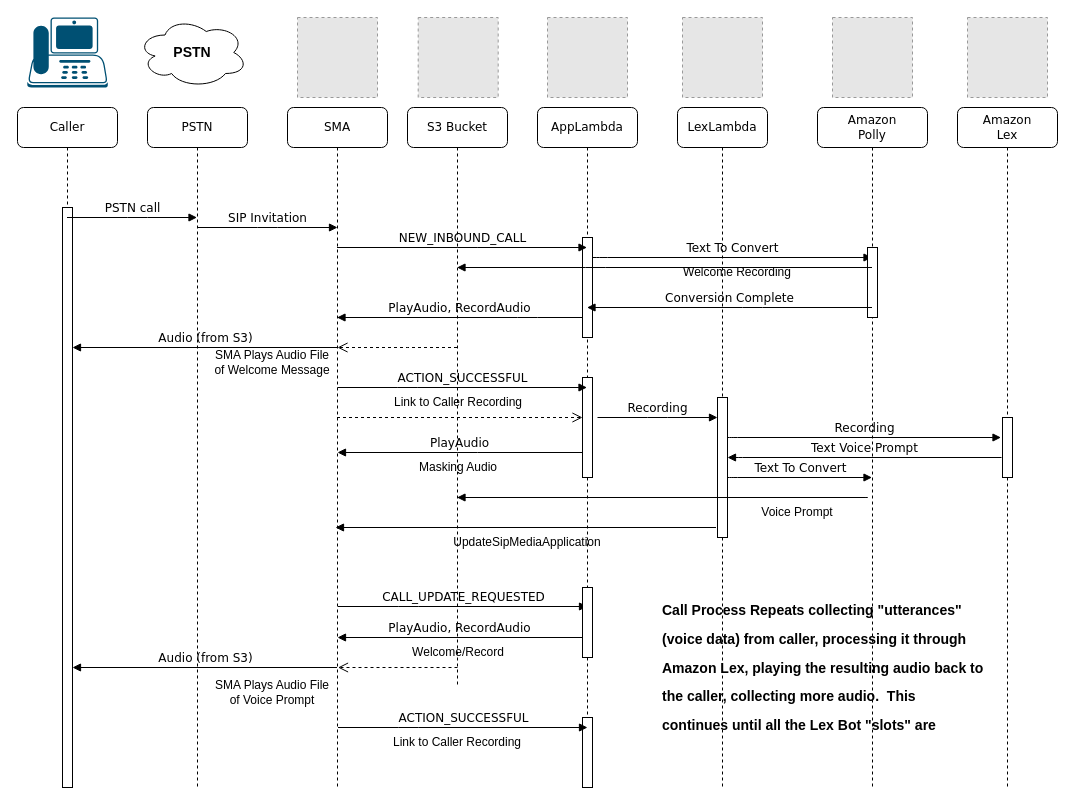
Before: drawings/callflow.drawio in aws-samples/amazon-chime-sdk-lex-pstn-demo, a draw.io diagram. Source tidied: cells renumbered, new cells numbered last; positions are measured from the earlier drawing's top-left corner, leaving out a move shared by most shapes. Both pictures are drawn from the tidied source at 100%, with x=0, y=0 at pixel (17, 17). Pictures stored in the file or linked from it are replaced by grey dashed boxes.
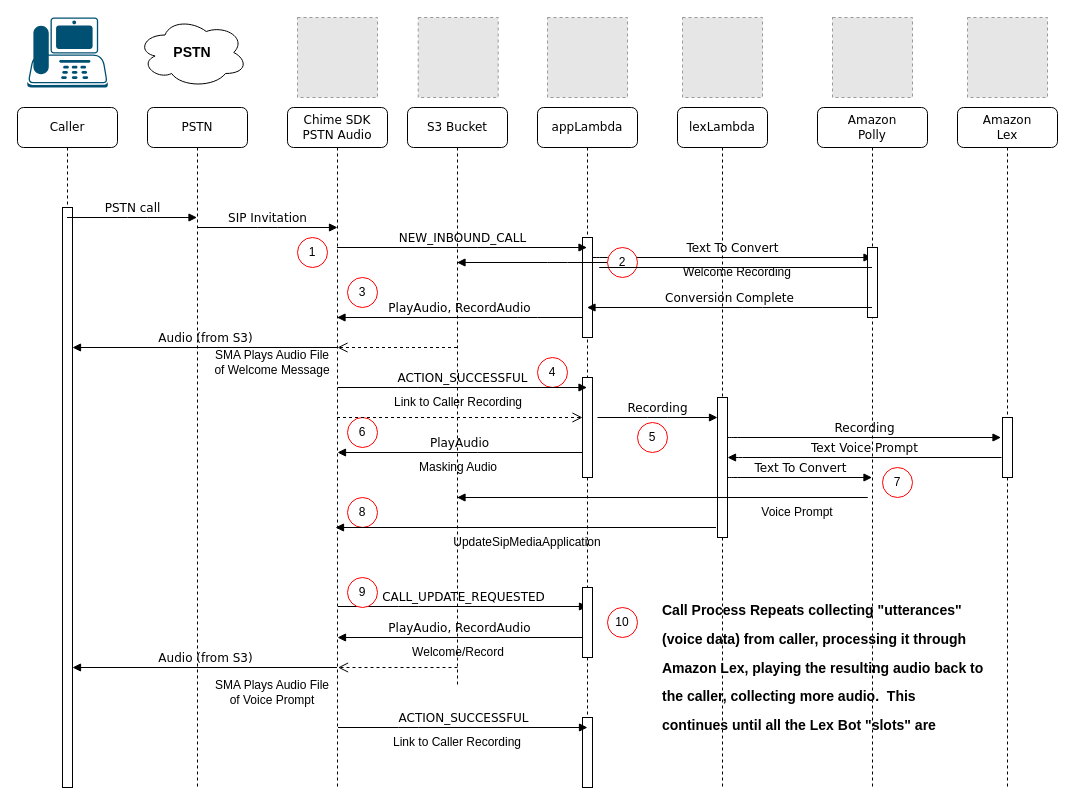
Above is the later version.

Unchanged cells that the change refers to:
```xml
<mxCell id="20" value="Amazon&lt;br&gt;Polly" style="shape=umlLifeline;perimeter=lifelinePerimeter;whiteSpace=wrap;html=1;outlineConnect=0;rounded=1;shadow=0;comic=0;labelBackgroundColor=none;strokeWidth=1;fontFamily=Verdana;fontSize=12;align=center;" parent="1" vertex="1">
  <mxGeometry x="800" y="90" width="110" height="680" as="geometry" />
</mxCell>
<mxCell id="32" value="S3 Bucket" style="shape=umlLifeline;perimeter=lifelinePerimeter;whiteSpace=wrap;html=1;outlineConnect=0;rounded=1;shadow=0;comic=0;labelBackgroundColor=none;strokeWidth=1;fontFamily=Verdana;fontSize=12;align=center;" parent="1" vertex="1">
  <mxGeometry x="390" y="90" width="100" height="580" as="geometry" />
</mxCell>
```

Change to the diagram source:
```diff
@@
-    <mxCell id="2" value="SMA" style="shape=umlLifeline;perimeter=lifelinePerimeter;whiteSpace=wrap;html=1;outlineConnect=0;rounded=1;shadow=0;comic=0;labelBackgroundColor=none;strokeWidth=1;fontFamily=Verdana;fontSize=12;align=center;" parent="1" vertex="1">
+    <mxCell id="2" value="Chime SDK&lt;br&gt;PSTN Audio" style="shape=umlLifeline;perimeter=lifelinePerimeter;whiteSpace=wrap;html=1;outlineConnect=0;rounded=1;shadow=0;comic=0;labelBackgroundColor=none;strokeWidth=1;fontFamily=Verdana;fontSize=12;align=center;" parent="1" vertex="1">
       <mxGeometry x="270" y="90" width="100" height="680" as="geometry" />
     </mxCell>
@@
+    <mxCell id="59" value="1" style="ellipse;whiteSpace=wrap;html=1;strokeColor=#FF0000;" parent="2" vertex="1">
+      <mxGeometry x="10" y="130" width="30" height="30" as="geometry" />
+    </mxCell>
+    <mxCell id="60" value="3" style="ellipse;whiteSpace=wrap;html=1;strokeColor=#FF0000;" parent="2" vertex="1">
+      <mxGeometry x="60" y="170" width="30" height="30" as="geometry" />
+    </mxCell>
+    <mxCell id="61" value="8" style="ellipse;whiteSpace=wrap;html=1;strokeColor=#FF0000;" parent="2" vertex="1">
+      <mxGeometry x="60" y="390" width="30" height="30" as="geometry" />
+    </mxCell>
+    <mxCell id="62" value="9" style="ellipse;whiteSpace=wrap;html=1;strokeColor=#FF0000;" parent="2" vertex="1">
+      <mxGeometry x="60" y="470" width="30" height="30" as="geometry" />
+    </mxCell>
+    <mxCell id="63" value="6" style="ellipse;whiteSpace=wrap;html=1;strokeColor=#FF0000;" parent="2" vertex="1">
+      <mxGeometry x="60" y="310" width="30" height="30" as="geometry" />
+    </mxCell>
-    <mxCell id="5" value="AppLambda" style="shape=umlLifeline;perimeter=lifelinePerimeter;whiteSpace=wrap;html=1;outlineConnect=0;rounded=1;shadow=0;comic=0;labelBackgroundColor=none;strokeWidth=1;fontFamily=Verdana;fontSize=12;align=center;" parent="1" vertex="1">
+    <mxCell id="5" value="appLambda" style="shape=umlLifeline;perimeter=lifelinePerimeter;whiteSpace=wrap;html=1;outlineConnect=0;rounded=1;shadow=0;comic=0;labelBackgroundColor=none;strokeWidth=1;fontFamily=Verdana;fontSize=12;align=center;" parent="1" vertex="1">
       <mxGeometry x="520" y="90" width="100" height="610" as="geometry" />
     </mxCell>
@@
+    <mxCell id="64" value="4" style="ellipse;whiteSpace=wrap;html=1;strokeColor=#FF0000;" parent="5" vertex="1">
+      <mxGeometry y="250" width="30" height="30" as="geometry" />
+    </mxCell>
+    <mxCell id="65" value="10" style="ellipse;whiteSpace=wrap;html=1;strokeColor=#FF0000;" parent="5" vertex="1">
+      <mxGeometry x="70" y="500" width="30" height="30" as="geometry" />
+    </mxCell>
-    <mxCell id="15" value="LexLambda" style="shape=umlLifeline;perimeter=lifelinePerimeter;whiteSpace=wrap;html=1;rounded=1;shadow=0;comic=0;labelBackgroundColor=none;strokeWidth=1;fontFamily=Verdana;fontSize=12;align=center;" parent="1" vertex="1">
+    <mxCell id="15" value="lexLambda" style="shape=umlLifeline;perimeter=lifelinePerimeter;whiteSpace=wrap;html=1;rounded=1;shadow=0;comic=0;labelBackgroundColor=none;strokeWidth=1;fontFamily=Verdana;fontSize=12;align=center;" parent="1" vertex="1">
       <mxGeometry x="660" y="90" width="90" height="680" as="geometry" />
     </mxCell>
@@
+    <mxCell id="66" value="7" style="ellipse;whiteSpace=wrap;html=1;strokeColor=#FF0000;" parent="20" vertex="1">
+      <mxGeometry x="65" y="360" width="30" height="30" as="geometry" />
+    </mxCell>
@@
-    <mxCell id="31" style="html=1;verticalAlign=bottom;endArrow=block;labelBackgroundColor=none;fontFamily=Verdana;fontSize=12;edgeStyle=elbowEdgeStyle;elbow=vertical;" parent="1" edge="1" source="20" target="32">
-      <mxGeometry relative="1" as="geometry">
-        <Array as="points">
-          <mxPoint x="577.8" y="250" />
-        </Array>
-      </mxGeometry>
+    <mxCell id="31" style="html=1;verticalAlign=bottom;endArrow=block;labelBackgroundColor=none;fontFamily=Verdana;fontSize=12;edgeStyle=elbowEdgeStyle;elbow=vertical;startArrow=none;" parent="1" edge="1" source="67" target="32">
+      <mxGeometry relative="1" as="geometry" />
     </mxCell>
@@
+    <mxCell id="67" value="2" style="ellipse;whiteSpace=wrap;html=1;strokeColor=#FF0000;" parent="1" vertex="1">
+      <mxGeometry x="590" y="230" width="30" height="30" as="geometry" />
+    </mxCell>
+    <mxCell id="68" style="html=1;verticalAlign=bottom;endArrow=none;labelBackgroundColor=none;fontFamily=Verdana;fontSize=12;edgeStyle=elbowEdgeStyle;elbow=vertical;" parent="1" edge="1" source="20" target="67">
+      <mxGeometry relative="1" as="geometry">
+        <Array as="points">
+          <mxPoint x="577.8" y="250" />
+        </Array>
+      </mxGeometry>
+    </mxCell>
+    <mxCell id="69" value="5" style="ellipse;whiteSpace=wrap;html=1;strokeColor=#FF0000;" parent="1" vertex="1">
+      <mxGeometry x="620" y="405" width="30" height="30" as="geometry" />
+    </mxCell>
```
